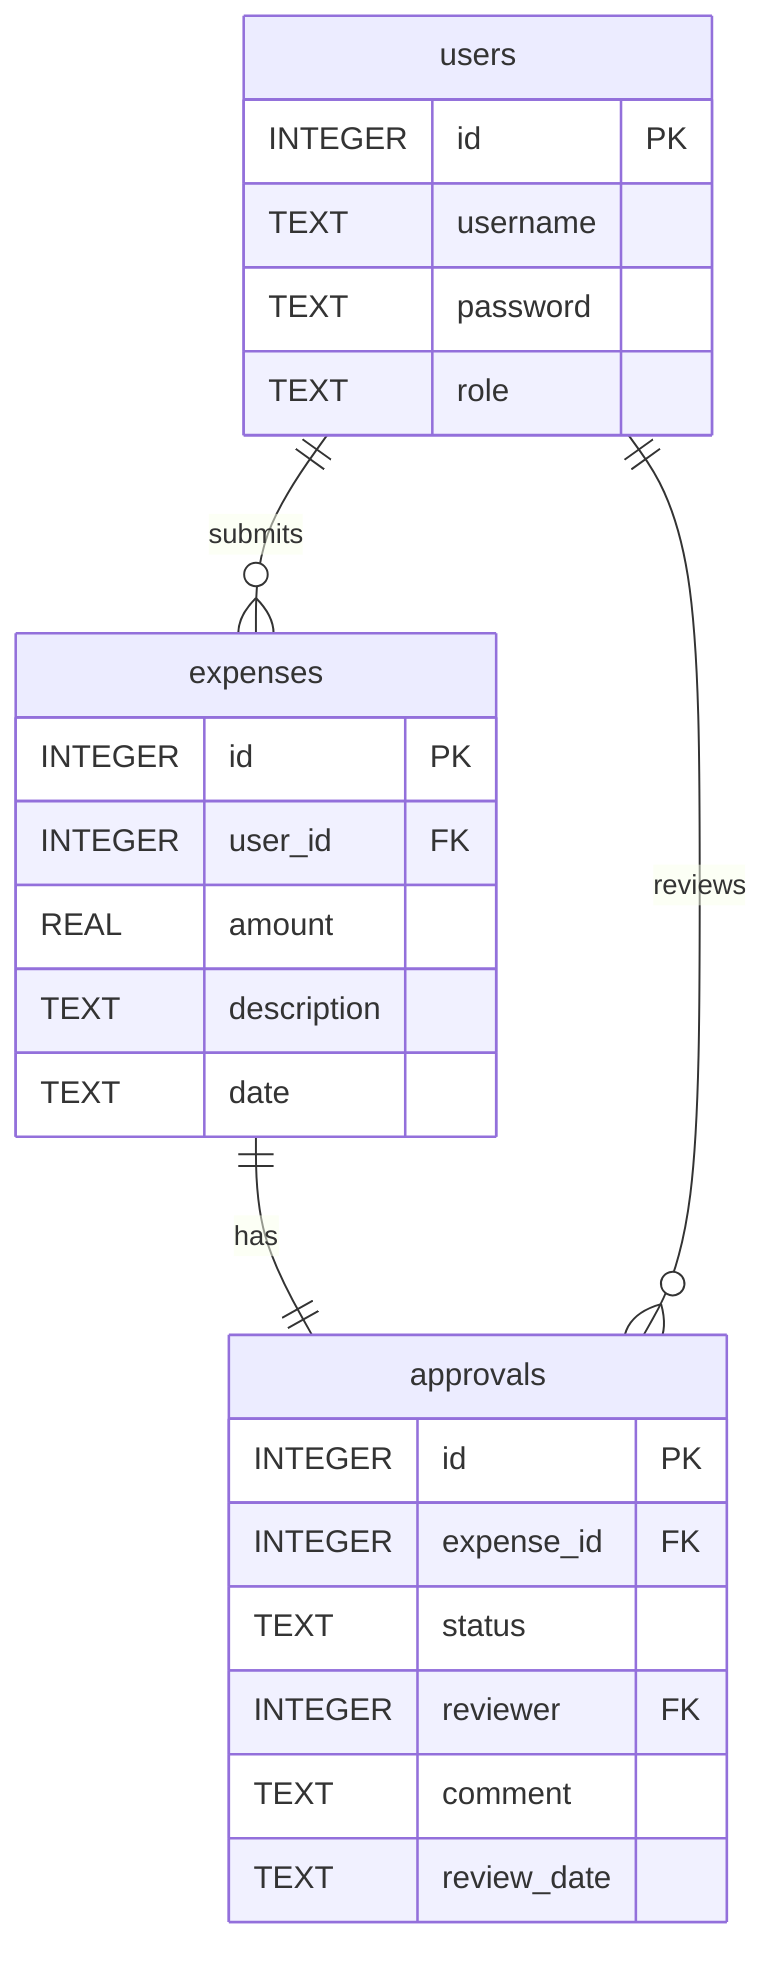
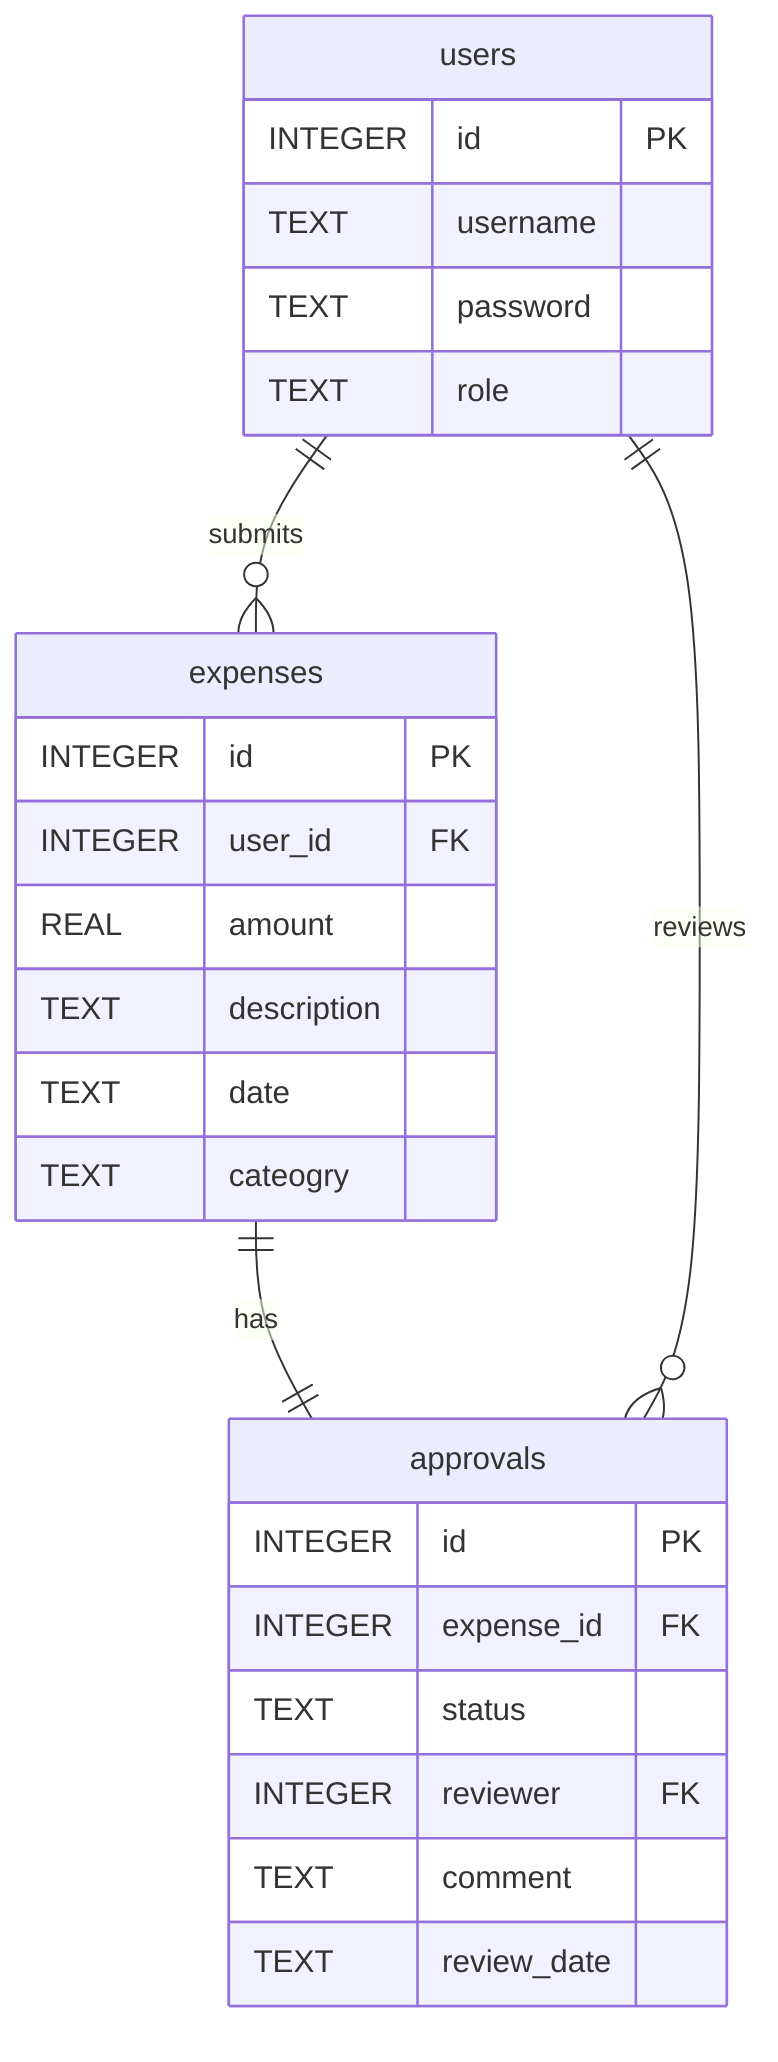
erDiagram
    users {
        INTEGER id PK
        TEXT username
        TEXT password
        TEXT role
    }

    expenses {
        INTEGER id PK
        INTEGER user_id FK
        REAL amount
        TEXT description
        TEXT date
+         TEXT cateogry
    }

    approvals {
        INTEGER id PK
        INTEGER expense_id FK
        TEXT status
        INTEGER reviewer FK
        TEXT comment
        TEXT review_date
    }

    users ||--o{ expenses : "submits"
    expenses ||--|| approvals : "has"
    users ||--o{ approvals : "reviews"